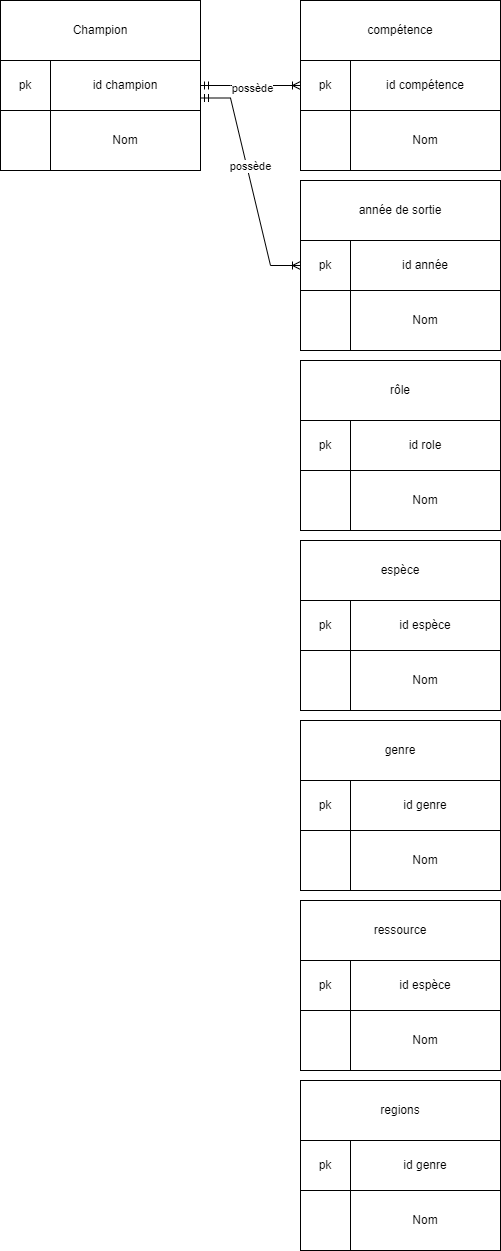
This is Diagramme sans nom.drawio.png from jules6920000/BTS2-CIEL-IR-MCD-2024-2025, a draw.io export, as it was before one commit. Source tidied: cells renumbered, new cells last; positions are measured from the earlier drawing's top-left corner, leaving out a move shared by most shapes.
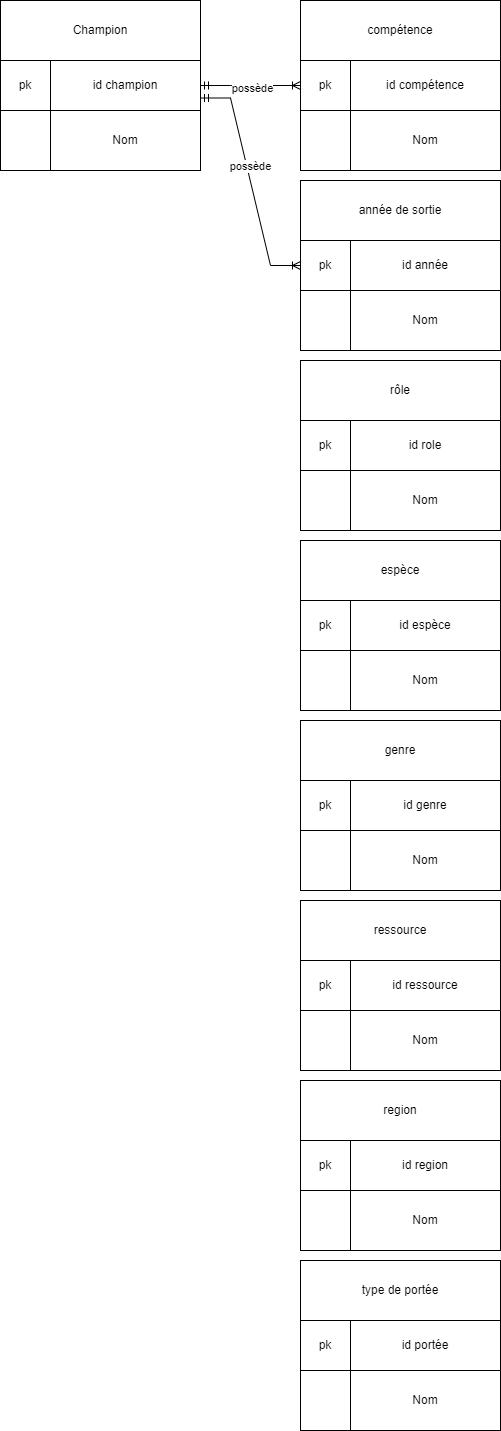
After the change.

Commit message:
Mettre à jour Diagramme sans nom.drawio.png

What changed in the source:
```diff
@@ -117,7 +117,7 @@
     <mxCell id="37" value="ressource" style="rounded=0;whiteSpace=wrap;html=1;" parent="1" vertex="1">
       <mxGeometry x="300" y="900" width="200" height="60" as="geometry" />
     </mxCell>
-    <mxCell id="38" value="id espèce" style="rounded=0;whiteSpace=wrap;html=1;" parent="1" vertex="1">
+    <mxCell id="38" value="id ressource" style="rounded=0;whiteSpace=wrap;html=1;" parent="1" vertex="1">
       <mxGeometry x="350" y="960" width="150" height="50" as="geometry" />
     </mxCell>
     <mxCell id="39" value="Nom" style="rounded=0;whiteSpace=wrap;html=1;" parent="1" vertex="1">
@@ -129,10 +129,10 @@
     <mxCell id="41" style="rounded=0;whiteSpace=wrap;html=1;" parent="1" vertex="1">
       <mxGeometry x="300" y="1080" width="200" height="170" as="geometry" />
     </mxCell>
-    <mxCell id="42" value="regions" style="rounded=0;whiteSpace=wrap;html=1;" parent="1" vertex="1">
+    <mxCell id="42" value="region" style="rounded=0;whiteSpace=wrap;html=1;" parent="1" vertex="1">
       <mxGeometry x="300" y="1080" width="200" height="60" as="geometry" />
     </mxCell>
-    <mxCell id="43" value="id genre" style="rounded=0;whiteSpace=wrap;html=1;" parent="1" vertex="1">
+    <mxCell id="43" value="id region" style="rounded=0;whiteSpace=wrap;html=1;" parent="1" vertex="1">
       <mxGeometry x="350" y="1140" width="150" height="50" as="geometry" />
     </mxCell>
     <mxCell id="44" value="Nom" style="rounded=0;whiteSpace=wrap;html=1;" parent="1" vertex="1">
@@ -141,5 +141,20 @@
     <mxCell id="45" value="pk" style="rounded=0;whiteSpace=wrap;html=1;" parent="1" vertex="1">
       <mxGeometry x="300" y="1140" width="50" height="50" as="geometry" />
     </mxCell>
+    <mxCell id="46" style="rounded=0;whiteSpace=wrap;html=1;" parent="1" vertex="1">
+      <mxGeometry x="300" y="1260" width="200" height="170" as="geometry" />
+    </mxCell>
+    <mxCell id="47" value="type de portée" style="rounded=0;whiteSpace=wrap;html=1;" parent="1" vertex="1">
+      <mxGeometry x="300" y="1260" width="200" height="60" as="geometry" />
+    </mxCell>
+    <mxCell id="48" value="id portée" style="rounded=0;whiteSpace=wrap;html=1;" parent="1" vertex="1">
+      <mxGeometry x="350" y="1320" width="150" height="50" as="geometry" />
+    </mxCell>
+    <mxCell id="49" value="Nom" style="rounded=0;whiteSpace=wrap;html=1;" parent="1" vertex="1">
+      <mxGeometry x="350" y="1370" width="150" height="60" as="geometry" />
+    </mxCell>
+    <mxCell id="50" value="pk" style="rounded=0;whiteSpace=wrap;html=1;" parent="1" vertex="1">
+      <mxGeometry x="300" y="1320" width="50" height="50" as="geometry" />
+    </mxCell>
   </root>
 </mxGraphModel>
```
